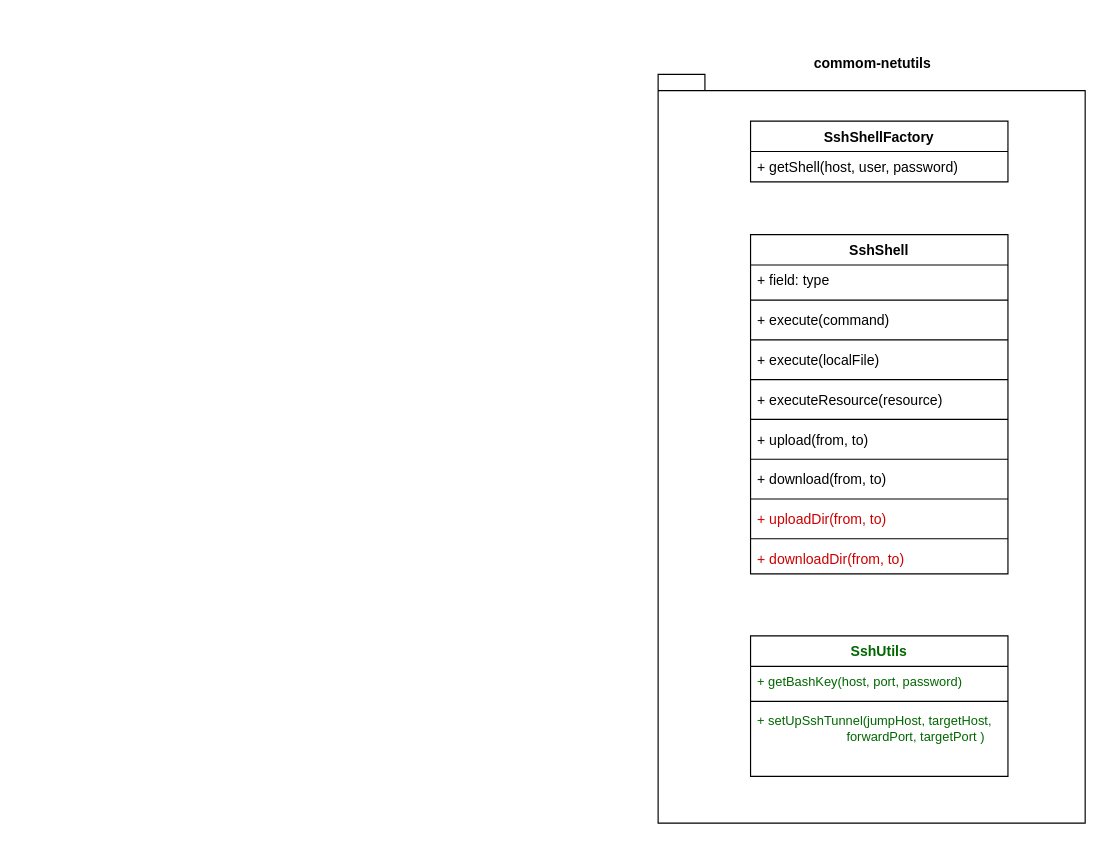
The draw.io diagram page "第 5 页" (5 of 6) of st/ssh_tunnel.drawio in gaivin/drawio, before the edit. Source tidied: cells renumbered, new cells numbered last; positions are measured from the earlier drawing's top-left corner, leaving out a move shared by most shapes. Both pictures are drawn from the tidied source at 117%, with x=0, y=0 at pixel (658, 74).
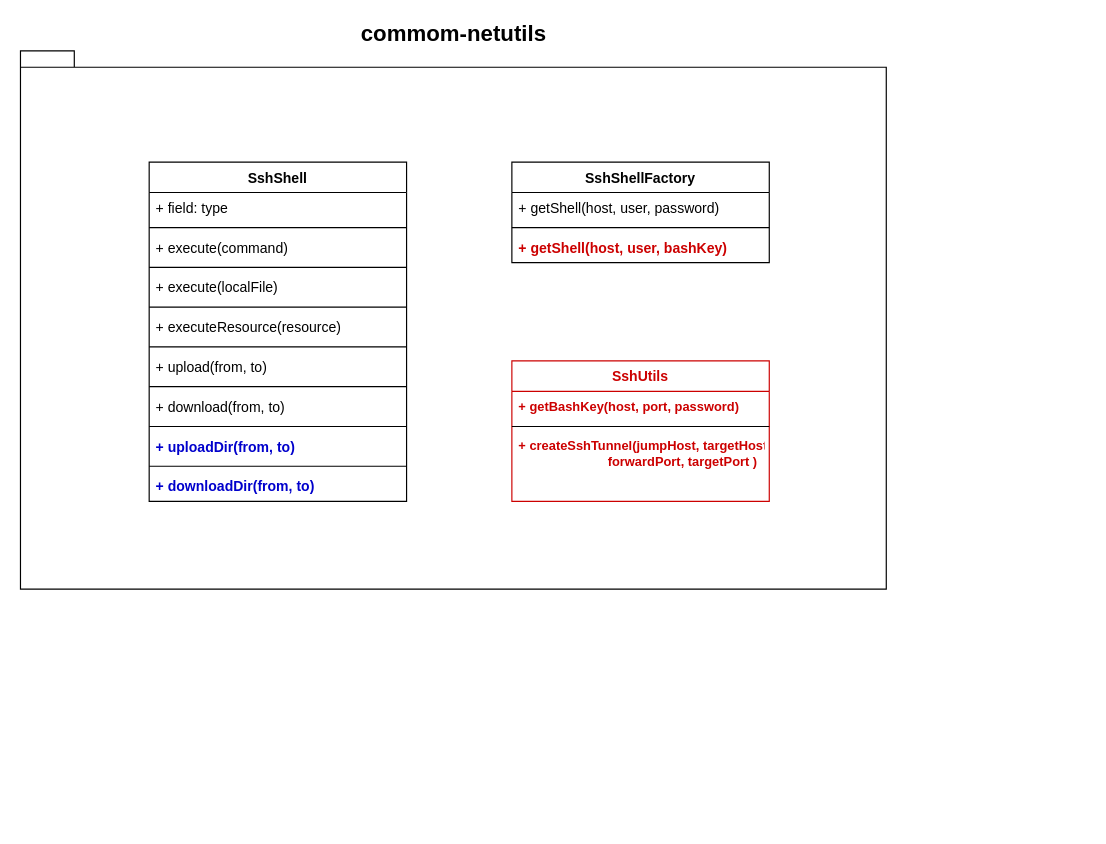
The same page after the edit.

The edit, as a diff of the source:
```diff
@@
-    <mxCell id="2" value="commom-netutils" style="shape=folder;fontStyle=1;spacingTop=10;tabWidth=40;tabHeight=14;tabPosition=left;html=1;labelPosition=center;verticalLabelPosition=top;align=center;verticalAlign=bottom;" parent="1" vertex="1">
-      <mxGeometry width="365" height="640" as="geometry" />
+    <mxCell id="2" value="commom-netutils" style="shape=folder;fontStyle=1;spacingTop=10;tabWidth=40;tabHeight=14;tabPosition=left;html=1;labelPosition=center;verticalLabelPosition=top;align=center;verticalAlign=bottom;fontSize=19;" parent="1" vertex="1">
+      <mxGeometry x="-545" y="-20" width="740" height="460" as="geometry" />
     </mxCell>
     <mxCell id="3" value="SshShellFactory" style="swimlane;fontStyle=1;align=center;verticalAlign=top;horizontal=1;startSize=26;" parent="1" vertex="1">
-      <mxGeometry x="79" y="40" width="220" height="52" as="geometry" />
+      <mxGeometry x="-125" y="75" width="220" height="86" as="geometry" />
     </mxCell>
@@
+    <mxCell id="25" style="line;strokeWidth=1;fillColor=none;align=left;verticalAlign=middle;spacingTop=-1;spacingLeft=3;spacingRight=3;labelPosition=right;" parent="3" vertex="1">
+      <mxGeometry y="52" width="220" height="8" as="geometry" />
+    </mxCell>
+    <mxCell id="26" value="+ getShell(host, user, bashKey)" style="text;strokeColor=none;fillColor=none;align=left;verticalAlign=top;spacingLeft=4;spacingRight=4;overflow=hidden;fontColor=#CC0000;fontStyle=1;" parent="3" vertex="1">
+      <mxGeometry y="60" width="220" height="26" as="geometry" />
+    </mxCell>
     <mxCell id="5" value="SshShell" style="swimlane;fontStyle=1;align=center;verticalAlign=top;horizontal=1;startSize=26;" parent="1" vertex="1">
-      <mxGeometry x="79" y="137" width="220" height="290" as="geometry" />
+      <mxGeometry x="-435" y="75" width="220" height="290" as="geometry" />
     </mxCell>
@@
-    <mxCell id="18" value="+ uploadDir(from, to)" style="text;strokeColor=none;fillColor=none;align=left;verticalAlign=top;spacingLeft=4;spacingRight=4;overflow=hidden;fontColor=#CC0000;" parent="5" vertex="1">
+    <mxCell id="18" value="+ uploadDir(from, to)" style="text;strokeColor=none;fillColor=none;align=left;verticalAlign=top;spacingLeft=4;spacingRight=4;overflow=hidden;fontColor=#0000CC;fontStyle=1;" parent="5" vertex="1">
       <mxGeometry y="230" width="220" height="26" as="geometry" />
     </mxCell>
@@
-    <mxCell id="20" value="+ downloadDir(from, to)" style="text;strokeColor=none;fillColor=none;align=left;verticalAlign=top;spacingLeft=4;spacingRight=4;overflow=hidden;fontColor=#CC0000;" parent="5" vertex="1">
+    <mxCell id="20" value="+ downloadDir(from, to)" style="text;strokeColor=none;fillColor=none;align=left;verticalAlign=top;spacingLeft=4;spacingRight=4;overflow=hidden;fontColor=#0000CC;fontStyle=1;" parent="5" vertex="1">
       <mxGeometry y="264" width="220" height="26" as="geometry" />
     </mxCell>
-    <mxCell id="21" value="SshUtils" style="swimlane;fontStyle=1;align=center;verticalAlign=top;horizontal=1;startSize=26;fontColor=#006600;" parent="1" vertex="1">
-      <mxGeometry x="79" y="480" width="220" height="120" as="geometry" />
+    <mxCell id="21" value="SshUtils" style="swimlane;fontStyle=1;align=center;verticalAlign=top;horizontal=1;startSize=26;fontColor=#CC0000;strokeColor=#CC0000;" parent="1" vertex="1">
+      <mxGeometry x="-125" y="245" width="220" height="120" as="geometry" />
     </mxCell>
-    <mxCell id="22" value="+ getBashKey(host, port, password)" style="text;strokeColor=none;fillColor=none;align=left;verticalAlign=top;spacingLeft=4;spacingRight=4;overflow=hidden;fontSize=11;fontColor=#006600;" parent="21" vertex="1">
+    <mxCell id="22" value="+ getBashKey(host, port, password)" style="text;strokeColor=none;fillColor=none;align=left;verticalAlign=top;spacingLeft=4;spacingRight=4;overflow=hidden;fontSize=11;fontColor=#CC0000;fontStyle=1;" parent="21" vertex="1">
       <mxGeometry y="26" width="220" height="26" as="geometry" />
     </mxCell>
@@
-    <mxCell id="24" value="+ setUpSshTunnel(jumpHost, targetHost, &#10;                         forwardPort, targetPort )" style="text;strokeColor=none;fillColor=none;align=left;verticalAlign=top;spacingLeft=4;spacingRight=4;overflow=hidden;fontSize=11;fontColor=#006600;" parent="21" vertex="1">
+    <mxCell id="24" value="+ createSshTunnel(jumpHost, targetHost, &#10;                         forwardPort, targetPort )" style="text;strokeColor=none;fillColor=none;align=left;verticalAlign=top;spacingLeft=4;spacingRight=4;overflow=hidden;fontSize=11;fontColor=#CC0000;fontStyle=1;" parent="21" vertex="1">
       <mxGeometry y="60" width="220" height="60" as="geometry" />
     </mxCell>
```
